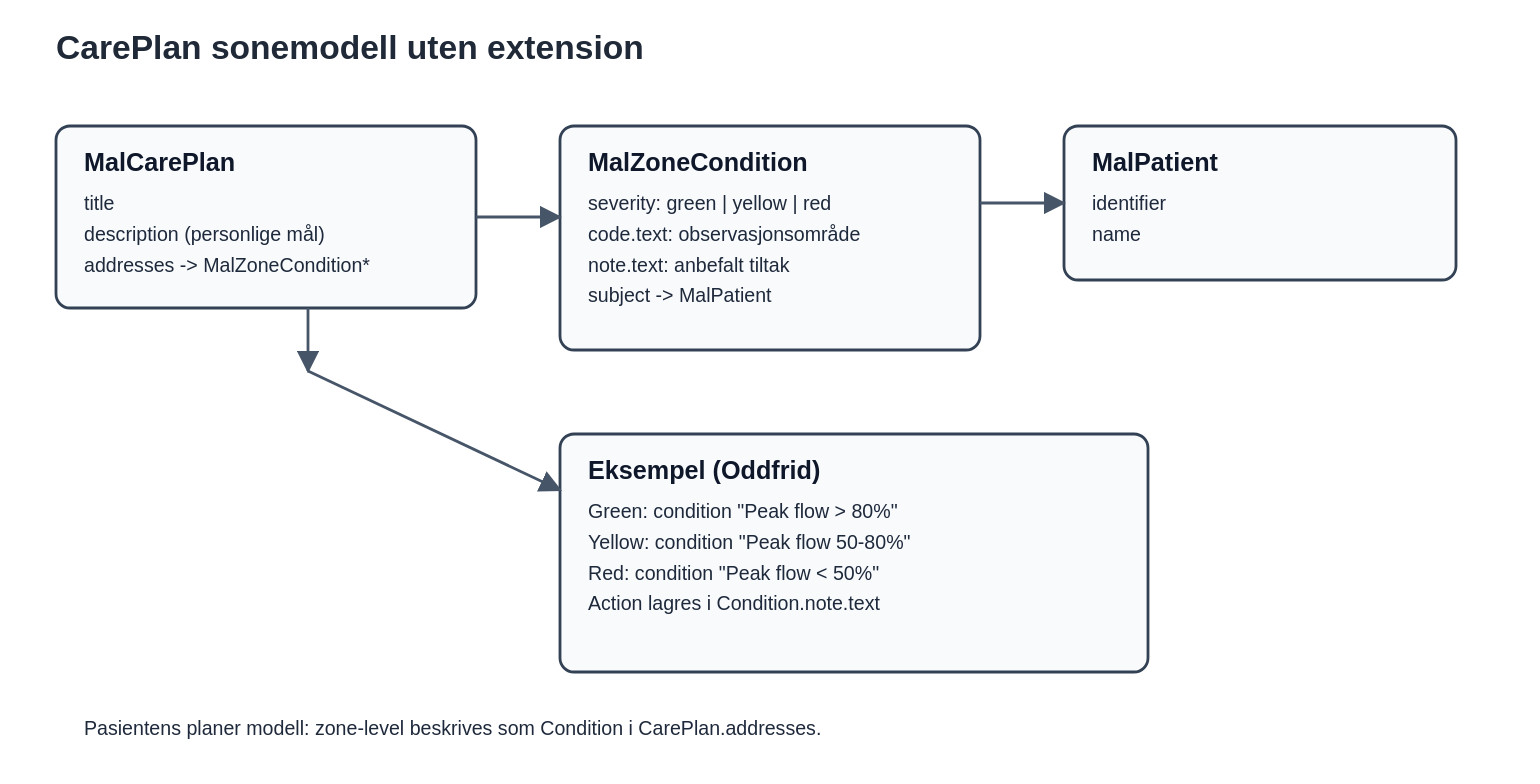
Before: mal/input/images/careplan-zones-model.svg, a diagram exported from PlantUML (HL7Norway/Planer-CarePlan-hacking). Its source is kept beside it as mal/input/images/careplan-zones-model.puml. The source it was exported from:
```plantuml
@startuml
title CarePlan sonemodell uten extension
footer Pasientens planer: sone via CarePlan.addresses -> Condition

class MalPatient {
  +identifier
  +name
}

class MalCarePlan {
  +title
  +description (personlige mål)
  +addresses[1..*]
}

class MalZoneCondition {
  +severity: green|yellow|red
  +code.text: observasjonsområde
  +note.text: anbefalt tiltak
}

class MalObservationBlood {
  +valueQuantity
  +interpretation: green|yellow|red
}

MalCarePlan --> MalPatient : subject
MalCarePlan --> "1..*" MalZoneCondition : addresses
MalZoneCondition --> MalPatient : subject
MalCarePlan ..> MalObservationBlood : supportingInfo/outcomeReference

note right of MalZoneCondition
Eksempel:
- code.text = "Peak flow 50-80%"
- severity = yellow
- note.text = "Increase medication dosage..."
end note

@enduml
```
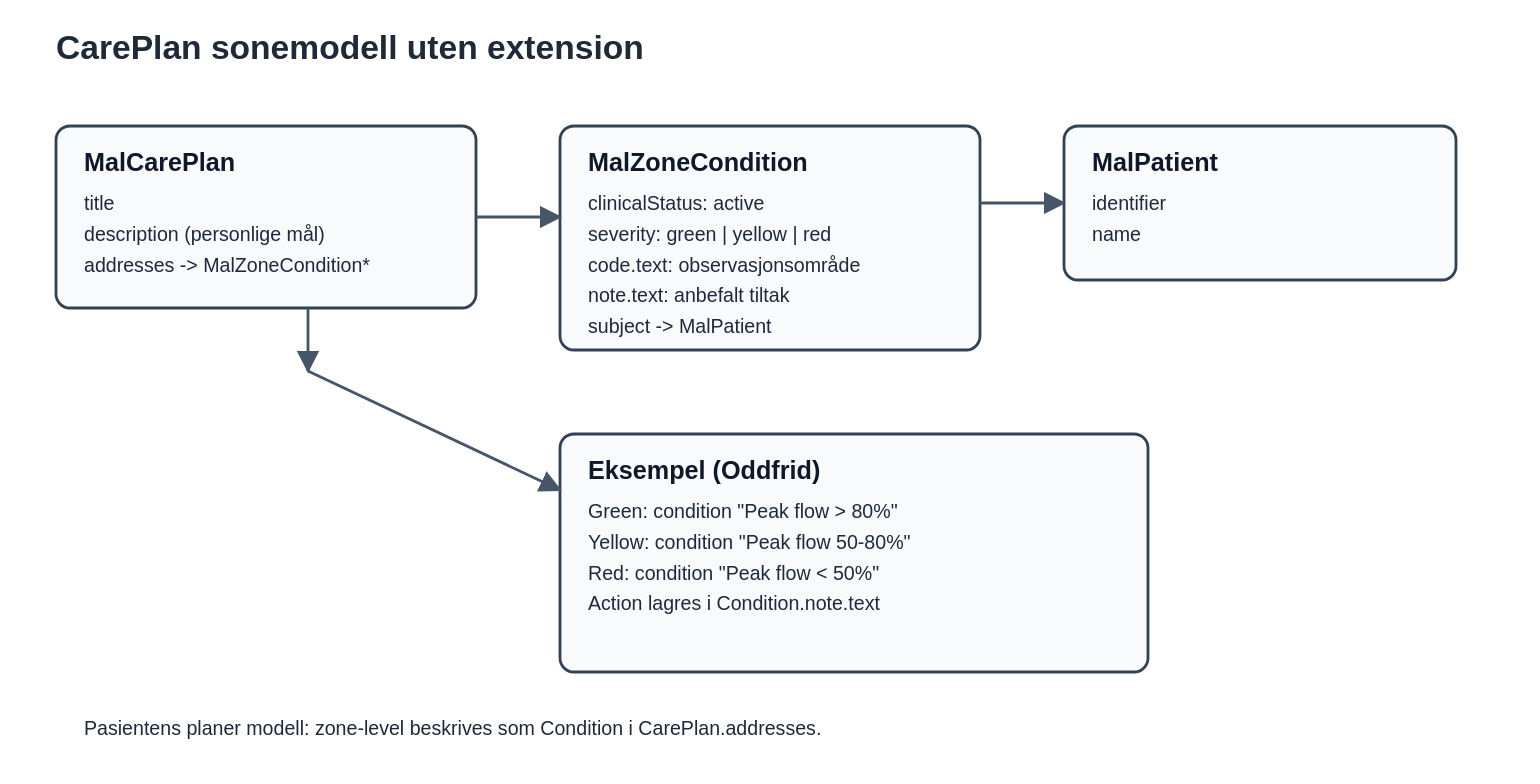
After the commit.

Commit message:
docs: align zone model docs with profile constraints

Change to the diagram source:
```diff
@@ -14,6 +14,7 @@
 }
 
 class MalZoneCondition {
+  +clinicalStatus: active
   +severity: green|yellow|red
   +code.text: observasjonsområde
   +note.text: anbefalt tiltak
```
